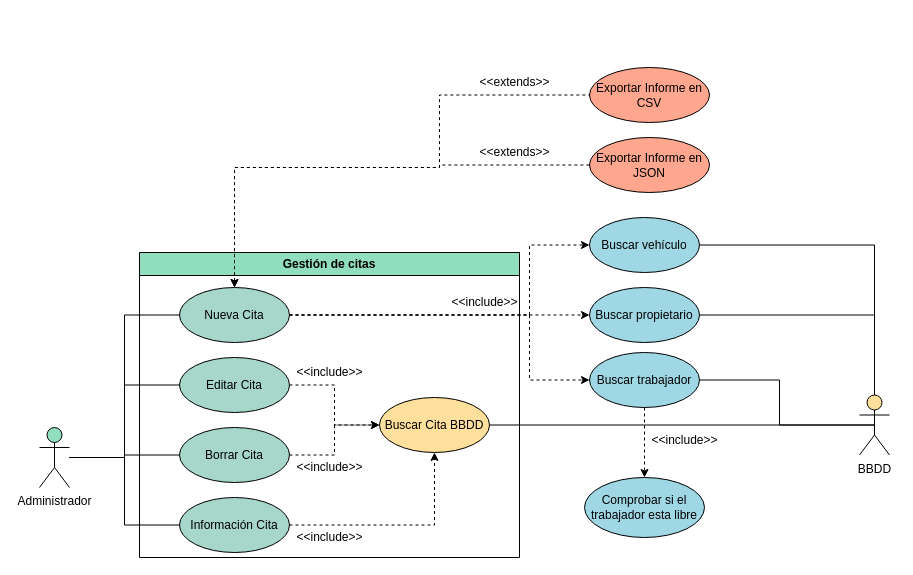
Before: Entornos de desarrollo/DiagramaDeCasosDeUso/Diagrama_Casos_De_Uso.drawio in SergioDeIscarValera/ITV_LUIS_VIVES, a draw.io diagram. Source tidied: cells renumbered, new cells numbered last; positions are measured from the earlier drawing's top-left corner, leaving out a move shared by most shapes. Both pictures are drawn from the tidied source at 100%, with x=0, y=0 at pixel (39, 67).
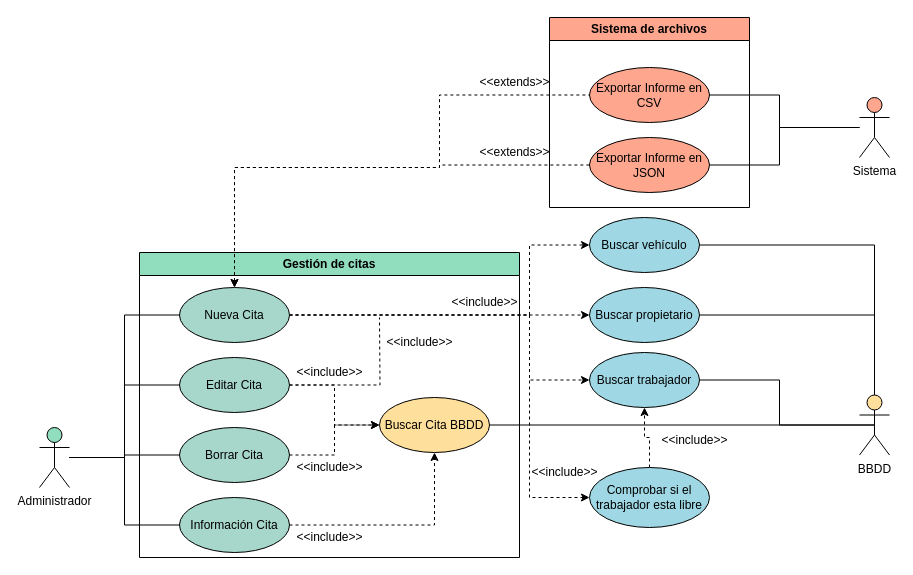
The same diagram, later.

The change refers to these unchanged cells:
```xml
<mxCell id="8" value="Gestión de citas" style="swimlane;whiteSpace=wrap;html=1;fillColor=#91debf;" parent="1" vertex="1">
  <mxGeometry x="100" y="185" width="380" height="305" as="geometry" />
</mxCell>
<mxCell id="11" value="Editar Cita" style="ellipse;whiteSpace=wrap;html=1;fillColor=#a7d7ca;" parent="8" vertex="1">
  <mxGeometry x="40" y="105" width="110" height="55" as="geometry" />
</mxCell>
<mxCell id="28" value="Buscar trabajador" style="ellipse;whiteSpace=wrap;html=1;fillColor=#9fd8e4;" parent="1" vertex="1">
  <mxGeometry x="550" y="285" width="110" height="55" as="geometry" />
</mxCell>
<mxCell id="32" value="Exportar Informe en JSON" style="ellipse;whiteSpace=wrap;html=1;fillColor=#ffa78e;" parent="1" vertex="1">
  <mxGeometry x="550" y="70" width="120" height="55" as="geometry" />
</mxCell>
<mxCell id="34" value="Exportar Informe en CSV" style="ellipse;whiteSpace=wrap;html=1;fillColor=#ffa78e;" parent="1" vertex="1">
  <mxGeometry x="550" width="120" height="55" as="geometry" />
</mxCell>
```

Change to the diagram source:
```diff
@@
+    <mxCell id="40" style="edgeStyle=orthogonalEdgeStyle;rounded=0;jettySize=auto;html=1;dashed=1;endArrow=none;endFill=0;" parent="8" edge="1" source="11">
+      <mxGeometry relative="1" as="geometry">
+        <mxPoint x="240" y="65" as="targetPoint" />
+      </mxGeometry>
+    </mxCell>
@@
+    <mxCell id="41" value="&amp;lt;&amp;lt;include&amp;gt;&amp;gt;" style="text;html=1;align=center;verticalAlign=middle;strokeColor=none;fillColor=none;" parent="8" vertex="1">
+      <mxGeometry x="235" y="75" width="90" height="30" as="geometry" />
+    </mxCell>
@@
-    <mxCell id="27" style="edgeStyle=orthogonalEdgeStyle;rounded=0;jettySize=auto;html=1;dashed=1;entryX=0.5;entryY=0;entryDx=0;entryDy=0;" parent="1" edge="1" source="28" target="38">
-      <mxGeometry relative="1" as="geometry" />
+    <mxCell id="27" style="edgeStyle=orthogonalEdgeStyle;rounded=0;jettySize=auto;html=1;dashed=1;entryX=0;entryY=0.5;entryDx=0;entryDy=0;" parent="1" edge="1" target="38">
+      <mxGeometry relative="1" as="geometry">
+        <mxPoint x="490" y="313" as="sourcePoint" />
+        <Array as="points">
+          <mxPoint x="490" y="430" />
+        </Array>
+      </mxGeometry>
     </mxCell>
@@
+    <mxCell id="42" style="edgeStyle=orthogonalEdgeStyle;rounded=0;jettySize=auto;html=1;endArrow=none;endFill=0;" parent="1" edge="1" source="32">
+      <mxGeometry relative="1" as="geometry">
+        <mxPoint x="820" y="60" as="targetPoint" />
+        <Array as="points">
+          <mxPoint x="740" y="98" />
+          <mxPoint x="740" y="60" />
+        </Array>
+      </mxGeometry>
+    </mxCell>
@@
+    <mxCell id="43" style="edgeStyle=orthogonalEdgeStyle;rounded=0;jettySize=auto;html=1;endArrow=none;endFill=0;" parent="1" edge="1" source="34" target="47">
+      <mxGeometry relative="1" as="geometry">
+        <Array as="points">
+          <mxPoint x="740" y="28" />
+          <mxPoint x="740" y="60" />
+        </Array>
+      </mxGeometry>
+    </mxCell>
@@
+    <mxCell id="44" style="edgeStyle=orthogonalEdgeStyle;rounded=0;jettySize=auto;html=1;entryX=0.5;entryY=1;entryDx=0;entryDy=0;dashed=1;endArrow=classic;endFill=1;" parent="1" edge="1" source="38" target="28">
+      <mxGeometry relative="1" as="geometry" />
+    </mxCell>
     <mxCell id="38" value="Comprobar si el trabajador esta libre" style="ellipse;whiteSpace=wrap;html=1;fillColor=#9fd8e4;" parent="1" vertex="1">
-      <mxGeometry x="545" y="410" width="120" height="60" as="geometry" />
+      <mxGeometry x="550" y="400" width="120" height="60" as="geometry" />
     </mxCell>
     <mxCell id="39" value="&amp;lt;&amp;lt;include&amp;gt;&amp;gt;" style="text;html=1;align=center;verticalAlign=middle;strokeColor=none;fillColor=none;" parent="1" vertex="1">
-      <mxGeometry x="600" y="357.5" width="90" height="30" as="geometry" />
+      <mxGeometry x="480" y="390" width="90" height="30" as="geometry" />
     </mxCell>
+    <mxCell id="45" value="&amp;lt;&amp;lt;include&amp;gt;&amp;gt;" style="text;html=1;align=center;verticalAlign=middle;strokeColor=none;fillColor=none;" parent="1" vertex="1">
+      <mxGeometry x="610" y="357.5" width="90" height="30" as="geometry" />
+    </mxCell>
+    <mxCell id="46" value="Sistema de archivos" style="swimlane;whiteSpace=wrap;html=1;fillColor=#FFA78E;" parent="1" vertex="1">
+      <mxGeometry x="510" y="-50" width="200" height="190" as="geometry" />
+    </mxCell>
+    <mxCell id="47" value="Sistema" style="shape=umlActor;verticalLabelPosition=bottom;verticalAlign=top;html=1;outlineConnect=0;fillColor=#FFA78E;" parent="1" vertex="1">
+      <mxGeometry x="820" y="30" width="30" height="60" as="geometry" />
+    </mxCell>
```
